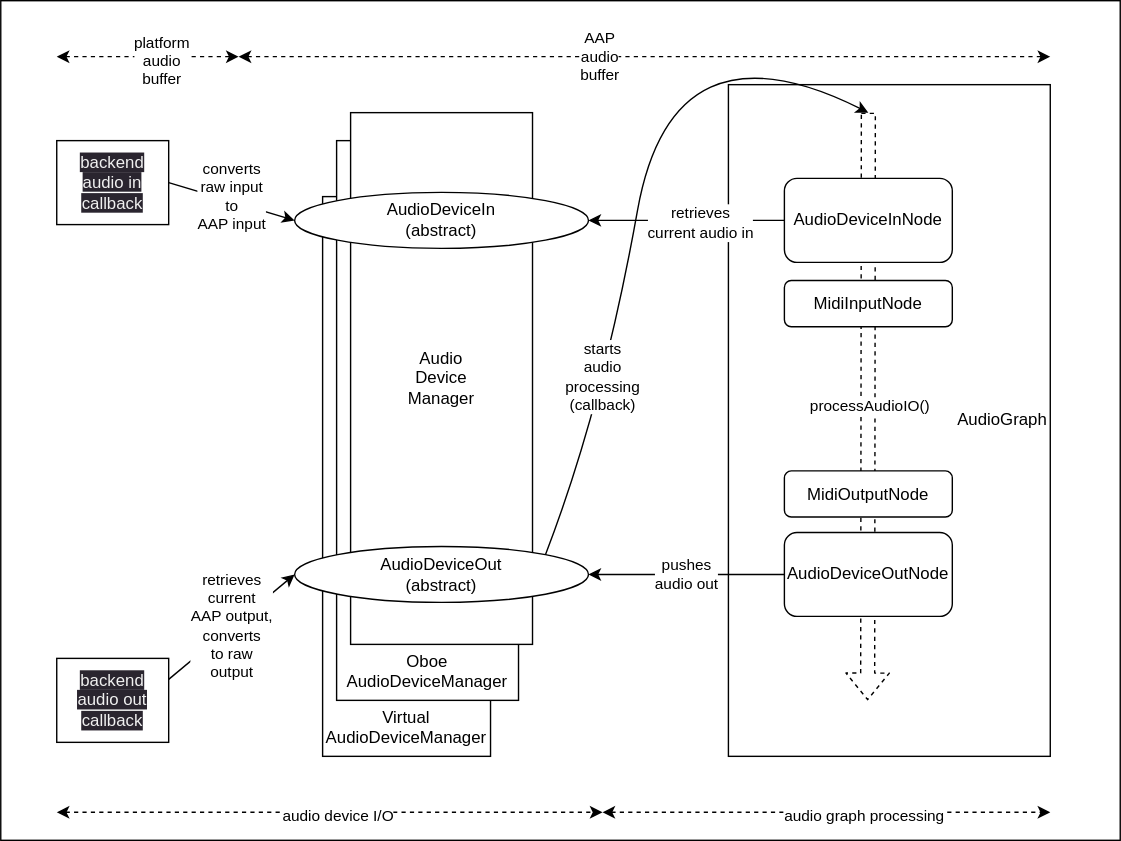
The draw.io diagram docs/images/plugin-manager-node-graph.drawio.svg in atsushieno/aap-core, before a commit. Source tidied: cells renumbered, new cells last; positions are measured from the earlier drawing's top-left corner, leaving out a move shared by most shapes.
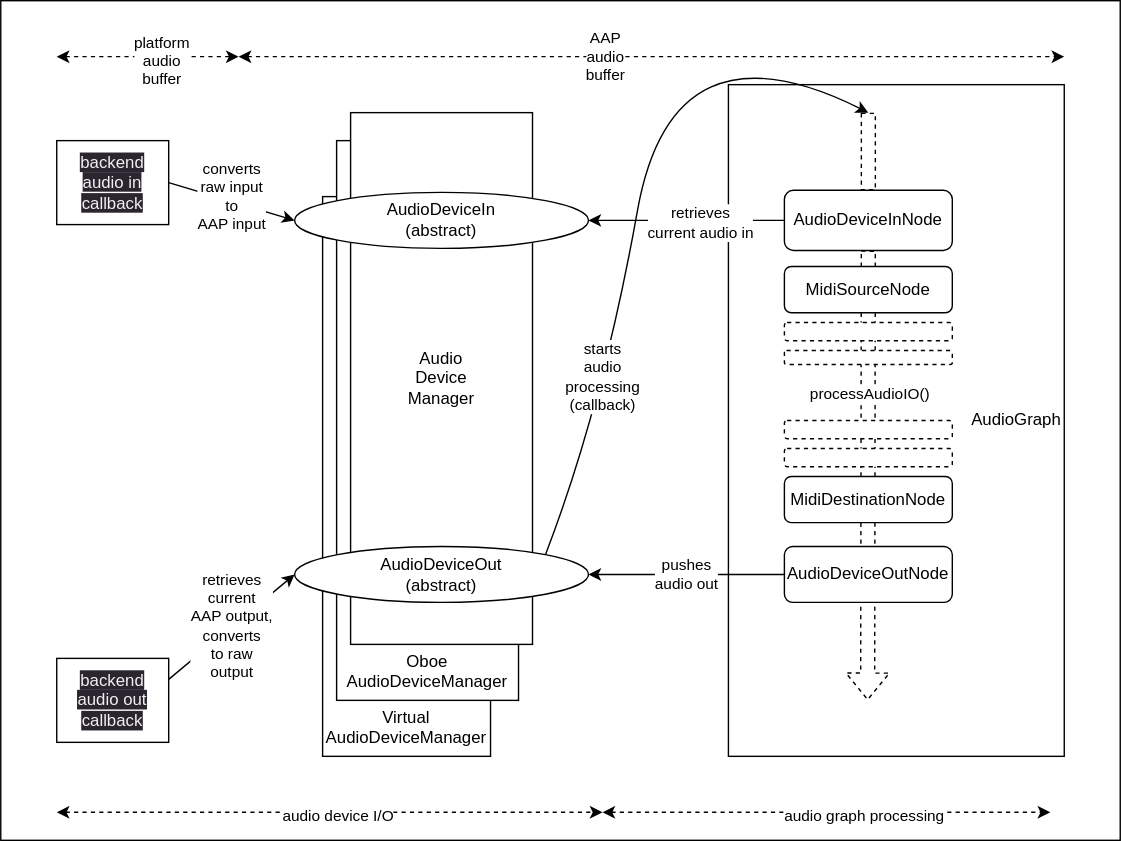
After the commit.

Commit message:
update plugin manager documentation.

Change to the diagram source:
```diff
@@ -9,25 +9,16 @@
       <mxGeometry x="230" y="140" width="120" height="400" as="geometry" />
     </mxCell>
     <mxCell id="4" value="AudioGraph" style="rounded=0;whiteSpace=wrap;html=1;align=right;" parent="1" vertex="1">
-      <mxGeometry x="520" y="60" width="230" height="480" as="geometry" />
+      <mxGeometry x="520" y="60" width="240" height="480" as="geometry" />
     </mxCell>
-    <mxCell id="5" style="shape=flexArrow;endArrow=classic;html=1;dashed=1;" parent="1" edge="1">
+    <mxCell id="5" style="shape=flexArrow;endArrow=classic;html=1;dashed=1;startArrow=none;" parent="1" edge="1" source="8">
       <mxGeometry relative="1" as="geometry">
-        <mxPoint x="620" y="80" as="sourcePoint" />
         <mxPoint x="619.5" y="500" as="targetPoint" />
       </mxGeometry>
     </mxCell>
-    <mxCell id="6" value="processAudioIO()" style="edgeLabel;html=1;align=center;verticalAlign=middle;" parent="5" vertex="1">
-      <mxGeometry x="-0.05" y="1" relative="1" as="geometry">
-        <mxPoint y="10" as="offset" />
-      </mxGeometry>
-    </mxCell>
     <mxCell id="7" value="&lt;br&gt;&lt;br&gt;&lt;br&gt;&lt;br&gt;&lt;br&gt;&lt;br&gt;&lt;br&gt;&lt;br&gt;&lt;br&gt;&lt;br&gt;&lt;br&gt;&lt;br&gt;&lt;br&gt;&lt;br&gt;&lt;br&gt;&lt;br&gt;&lt;br&gt;&lt;br&gt;&lt;br&gt;&lt;br&gt;&lt;br&gt;&lt;br&gt;&lt;br&gt;&lt;br&gt;&lt;br&gt;Oboe&lt;br&gt;AudioDeviceManager" style="rounded=0;whiteSpace=wrap;html=1;" parent="1" vertex="1">
       <mxGeometry x="240" y="100" width="130" height="400" as="geometry" />
     </mxCell>
-    <mxCell id="8" value="AudioDeviceInNode" style="rounded=1;whiteSpace=wrap;html=1;" parent="1" vertex="1">
-      <mxGeometry x="560" y="127" width="120" height="60" as="geometry" />
-    </mxCell>
     <mxCell id="9" value="Audio&lt;br&gt;Device&lt;br&gt;Manager" style="rounded=0;whiteSpace=wrap;html=1;" parent="1" vertex="1">
       <mxGeometry x="250" y="80" width="130" height="380" as="geometry" />
     </mxCell>
@@ -38,7 +29,7 @@
       <mxGeometry x="210" y="390" width="210" height="40" as="geometry" />
     </mxCell>
     <mxCell id="12" value="AudioDeviceOutNode" style="rounded=1;whiteSpace=wrap;html=1;" parent="1" vertex="1">
-      <mxGeometry x="560" y="380" width="120" height="60" as="geometry" />
+      <mxGeometry x="560" y="390" width="120" height="40" as="geometry" />
     </mxCell>
     <mxCell id="13" style="endArrow=classic;html=1;exitX=0;exitY=0.5;exitDx=0;exitDy=0;entryX=1;entryY=0.5;entryDx=0;entryDy=0;" parent="1" edge="1" source="8" target="10">
       <mxGeometry relative="1" as="geometry" />
@@ -82,7 +73,7 @@
     <mxCell id="23" style="endArrow=classic;startArrow=classic;html=1;dashed=1;" parent="1" edge="1">
       <mxGeometry relative="1" as="geometry">
         <mxPoint x="170" y="40" as="sourcePoint" />
-        <mxPoint x="750" y="40" as="targetPoint" />
+        <mxPoint x="760" y="40" as="targetPoint" />
       </mxGeometry>
     </mxCell>
     <mxCell id="24" value="AAP&lt;br&gt;audio&lt;br&gt;buffer" style="edgeLabel;html=1;align=center;verticalAlign=middle;" parent="23" vertex="1">
@@ -119,11 +110,36 @@
         </Array>
       </mxGeometry>
     </mxCell>
-    <mxCell id="30" value="MidiInputNode" style="rounded=1;whiteSpace=wrap;html=1;" parent="1" vertex="1">
-      <mxGeometry x="560" y="200" width="120" height="33" as="geometry" />
+    <mxCell id="30" value="MidiSourceNode" style="rounded=1;whiteSpace=wrap;html=1;" parent="1" vertex="1">
+      <mxGeometry x="560" y="190" width="120" height="33" as="geometry" />
     </mxCell>
-    <mxCell id="31" value="MidiOutputNode" style="rounded=1;whiteSpace=wrap;html=1;" parent="1" vertex="1">
-      <mxGeometry x="560" y="336" width="120" height="33" as="geometry" />
+    <mxCell id="31" value="MidiDestinationNode" style="rounded=1;whiteSpace=wrap;html=1;" parent="1" vertex="1">
+      <mxGeometry x="560" y="340" width="120" height="33" as="geometry" />
     </mxCell>
+    <mxCell id="32" style="rounded=1;whiteSpace=wrap;html=1;dashed=1;" parent="1" vertex="1">
+      <mxGeometry x="560" y="230" width="120" height="13" as="geometry" />
+    </mxCell>
+    <mxCell id="33" style="rounded=1;whiteSpace=wrap;html=1;dashed=1;" parent="1" vertex="1">
+      <mxGeometry x="560" y="250" width="120" height="10" as="geometry" />
+    </mxCell>
+    <mxCell id="34" style="rounded=1;whiteSpace=wrap;html=1;dashed=1;" parent="1" vertex="1">
+      <mxGeometry x="560" y="320" width="120" height="13" as="geometry" />
+    </mxCell>
+    <mxCell id="35" style="shape=flexArrow;endArrow=none;html=1;dashed=1;" parent="1" edge="1" target="8">
+      <mxGeometry relative="1" as="geometry">
+        <mxPoint x="620" y="80" as="sourcePoint" />
+      </mxGeometry>
+    </mxCell>
+    <mxCell id="6" value="processAudioIO()" style="edgeLabel;html=1;align=center;verticalAlign=middle;" parent="35" vertex="1">
+      <mxGeometry x="-0.05" y="1" relative="1" as="geometry">
+        <mxPoint x="-1" y="174" as="offset" />
+      </mxGeometry>
+    </mxCell>
+    <mxCell id="8" value="AudioDeviceInNode" style="rounded=1;whiteSpace=wrap;html=1;" parent="1" vertex="1">
+      <mxGeometry x="560" y="135.5" width="120" height="43" as="geometry" />
+    </mxCell>
+    <mxCell id="36" style="rounded=1;whiteSpace=wrap;html=1;dashed=1;" parent="1" vertex="1">
+      <mxGeometry x="560" y="300" width="120" height="13" as="geometry" />
+    </mxCell>
   </root>
 </mxGraphModel>
```
